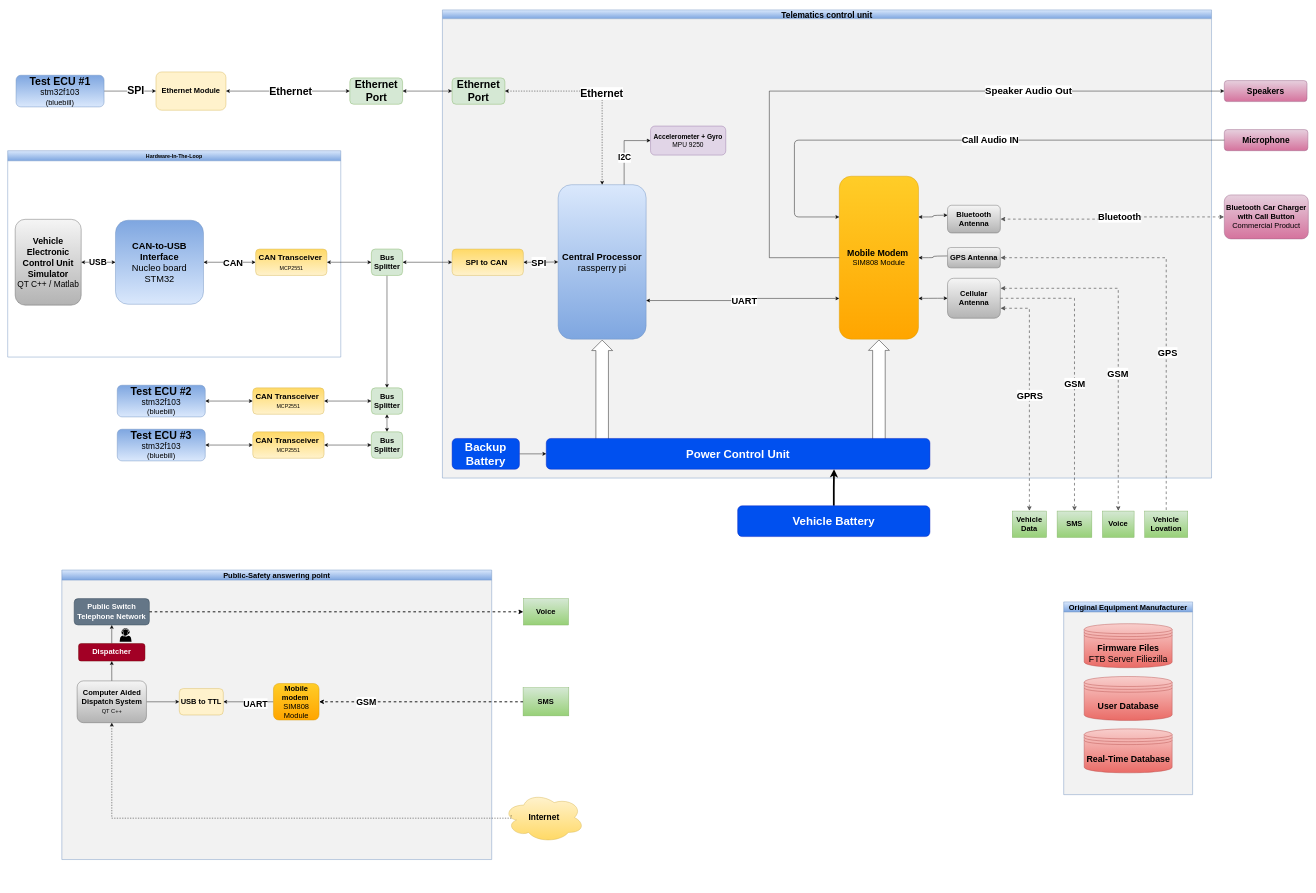
Above: Documentations/BlockDigrams/valeo.drawio in Ahmeddsherrif/GP_TCU (draw.io), before the change. Source tidied: cells renumbered, new cells numbered last; positions are measured from the earlier drawing's top-left corner, leaving out a move shared by most shapes. Both pictures are drawn from the tidied source at 44%, with x=0, y=0 at pixel (7, 10).
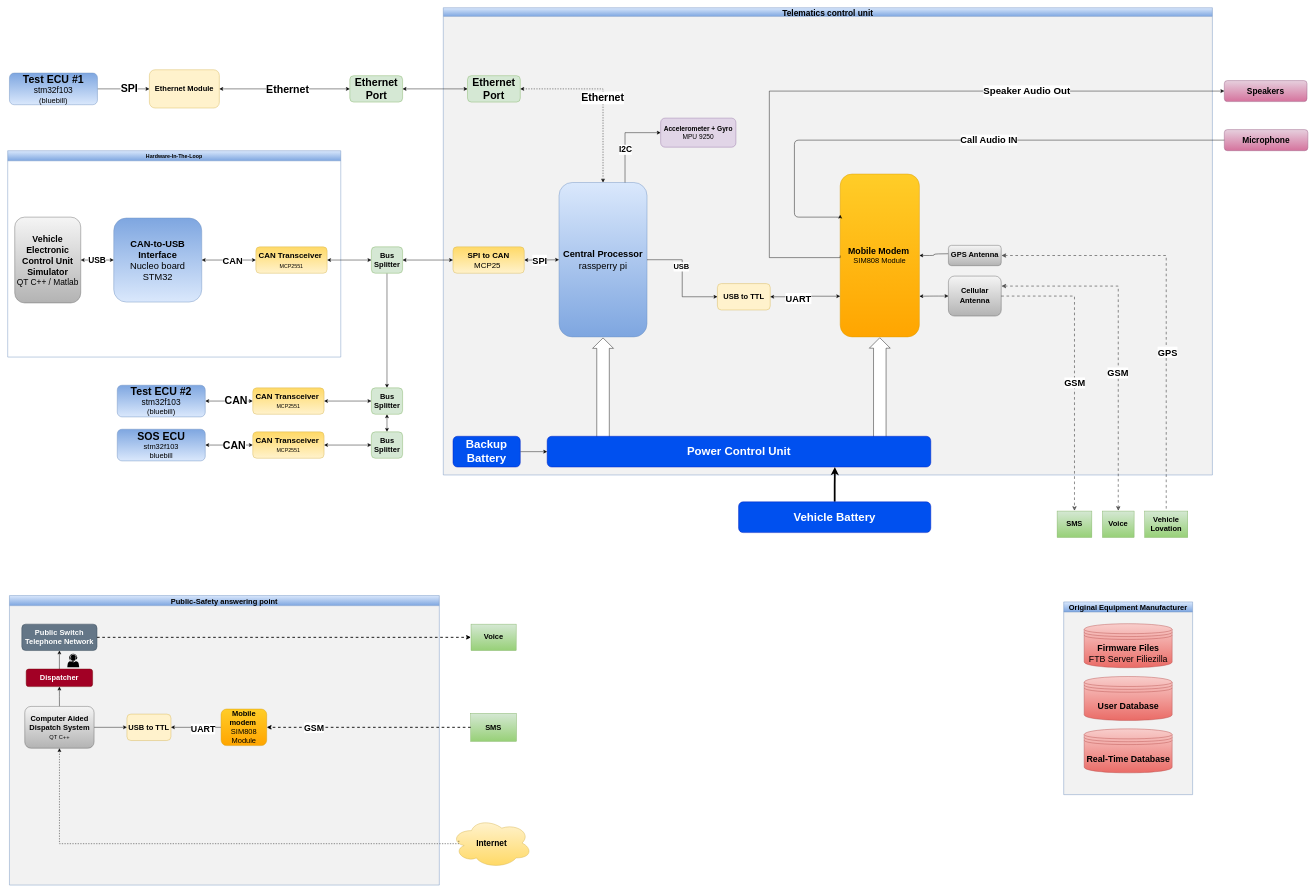
The same diagram, later.

The change refers to these unchanged cells:
```xml
<mxCell id="2" value="Original Equipment Manufacturer" style="swimlane;startSize=23;gradientColor=#7ea6e0;fillColor=#dae8fc;strokeColor=#6c8ebf;swimlaneFillColor=#f2f2f2;fontStyle=1;fontSize=17;" parent="1" vertex="1">
  <mxGeometry x="2400" y="1345.5" width="293" height="438" as="geometry" />
</mxCell>
<mxCell id="11" value="&lt;font style=&quot;font-size: 21px&quot;&gt;Central Processor&lt;span style=&quot;font-weight: normal&quot;&gt;&lt;br&gt;rassperry pi&lt;br&gt;&lt;/span&gt;&lt;/font&gt;" style="rounded=1;whiteSpace=wrap;html=1;fillColor=#dae8fc;strokeColor=#6c8ebf;fontStyle=1;fontSize=17;gradientColor=#7ea6e0;" parent="6" vertex="1">
  <mxGeometry x="263" y="397.3" width="200" height="351" as="geometry" />
</mxCell>
<mxCell id="12" value="&lt;font style=&quot;font-size: 20px&quot;&gt;Mobile Modem&lt;/font&gt;&amp;nbsp;&lt;br&gt;&lt;span style=&quot;font-weight: normal&quot;&gt;SIM808 Module&lt;/span&gt;" style="rounded=1;whiteSpace=wrap;html=1;fillColor=#ffcd28;strokeColor=#d79b00;fontSize=17;fontStyle=1;gradientColor=#ffa500;" parent="6" vertex="1">
  <mxGeometry x="902" y="378" width="180" height="370.3" as="geometry" />
</mxCell>
<mxCell id="16" value="Cellular Antenna" style="rounded=1;whiteSpace=wrap;html=1;fillColor=#f5f5f5;strokeColor=#666666;fontSize=17;fontStyle=1;gradientColor=#b3b3b3;" parent="6" vertex="1">
  <mxGeometry x="1148" y="610" width="120" height="90.8" as="geometry" />
</mxCell>
<mxCell id="34" value="Hardware-In-The-Loop" style="swimlane;fillColor=#dae8fc;startSize=23;gradientColor=#7ea6e0;strokeColor=#6c8ebf;" parent="1" vertex="1">
  <mxGeometry y="320" width="757" height="469" as="geometry" />
</mxCell>
<mxCell id="68" value="CAN Transceiver&amp;nbsp;&lt;br&gt;&lt;span style=&quot;font-weight: normal&quot;&gt;&lt;font style=&quot;font-size: 12px&quot;&gt;MCP2551&lt;/font&gt;&lt;/span&gt;" style="rounded=1;whiteSpace=wrap;html=1;fontStyle=1;fontSize=18;fillColor=#fff2cc;strokeColor=#d6b656;gradientColor=#ffd966;direction=west;" parent="1" vertex="1">
  <mxGeometry x="557" y="959" width="162" height="60" as="geometry" />
</mxCell>
<mxCell id="74" style="edgeStyle=orthogonalEdgeStyle;rounded=0;jettySize=auto;html=1;startArrow=classic;startFill=1;endArrow=classic;endFill=1;fontSize=17;" parent="1" edge="1" source="75" target="76">
  <mxGeometry relative="1" as="geometry" />
</mxCell>
<mxCell id="92" value="Computer Aided Dispatch System&lt;br&gt;&lt;span style=&quot;font-weight: normal&quot;&gt;&lt;font style=&quot;font-size: 13px&quot;&gt;QT C++&lt;/font&gt;&lt;/span&gt;" style="rounded=1;whiteSpace=wrap;html=1;fillColor=#f5f5f5;strokeColor=#666666;fontStyle=1;fontSize=17;gradientColor=#b3b3b3;" parent="81" vertex="1">
  <mxGeometry x="34.8" y="252" width="157.5" height="95" as="geometry" />
</mxCell>
```

The edit, as a diff of the source:
```diff
@@
-    <mxCell id="4" value="Real-Time Database" style="shape=datastore;whiteSpace=wrap;html=1;gradientColor=#ea6b66;fillColor=#f8cecc;strokeColor=#b85450;fontStyle=1;fontSize=20;" parent="2" vertex="1">
+    <mxCell id="4" value="Real-Time Database&lt;br&gt;" style="shape=datastore;whiteSpace=wrap;html=1;gradientColor=#ea6b66;fillColor=#f8cecc;strokeColor=#b85450;fontStyle=1;fontSize=20;" parent="2" vertex="1">
       <mxGeometry x="46.5" y="288.5" width="200" height="100" as="geometry" />
     </mxCell>
@@
     <mxCell id="6" value="Telematics control unit" style="swimlane;startSize=20;shadow=0;swimlaneFillColor=#F2F2F2;fontStyle=1;fontSize=19;gradientColor=#7ea6e0;fillColor=#dae8fc;strokeColor=#6c8ebf;" parent="1" vertex="1">
-      <mxGeometry x="988" width="1748" height="1064" as="geometry" />
+      <mxGeometry x="990" y="-5" width="1748" height="1062" as="geometry" />
     </mxCell>
@@
-    <mxCell id="13" style="edgeStyle=orthogonalEdgeStyle;rounded=1;jettySize=auto;html=1;startArrow=classic;startFill=1;entryX=1;entryY=0.25;entryDx=0;entryDy=0;" parent="6" edge="1" target="12">
-      <mxGeometry relative="1" as="geometry">
-        <mxPoint x="1148" y="466.5" as="sourcePoint" />
-      </mxGeometry>
-    </mxCell>
@@
-    <mxCell id="18" value="Bluetooth Antenna" style="rounded=1;whiteSpace=wrap;html=1;fillColor=#f5f5f5;strokeColor=#666666;fontSize=17;fontStyle=1;gradientColor=#b3b3b3;" parent="6" vertex="1">
-      <mxGeometry x="1148" y="444" width="120" height="63" as="geometry" />
-    </mxCell>
@@
     <mxCell id="21" value="Accelerometer + Gyro&lt;br&gt;&lt;span style=&quot;font-weight: normal&quot;&gt;MPU 9250&lt;/span&gt;" style="rounded=1;whiteSpace=wrap;html=1;fillColor=#e1d5e7;strokeColor=#9673a6;fontStyle=1;fontSize=15;" parent="6" vertex="1">
-      <mxGeometry x="473" y="264" width="171" height="66" as="geometry" />
+      <mxGeometry x="494" y="251" width="171" height="66" as="geometry" />
     </mxCell>
-    <mxCell id="22" style="edgeStyle=orthogonalEdgeStyle;rounded=1;jettySize=auto;html=1;startArrow=classic;startFill=1;exitX=0;exitY=0.75;exitDx=0;exitDy=0;entryX=1;entryY=0.75;entryDx=0;entryDy=0;" parent="6" edge="1" source="12" target="11">
-      <mxGeometry relative="1" as="geometry" />
-    </mxCell>
-    <mxCell id="23" value="&lt;font style=&quot;font-size: 21px&quot;&gt;UART&lt;/font&gt;" style="edgeLabel;html=1;align=center;verticalAlign=middle;fontSize=17;fontStyle=1;" parent="22" vertex="1">
-      <mxGeometry x="-0.15" relative="1" as="geometry">
-        <mxPoint x="-27.6" y="4.3" as="offset" />
-      </mxGeometry>
-    </mxCell>
-    <mxCell id="24" value="SPI to CAN&amp;nbsp;" style="rounded=1;whiteSpace=wrap;html=1;fontStyle=1;fontSize=18;fillColor=#fff2cc;strokeColor=#d6b656;gradientColor=#ffd966;direction=west;" parent="6" vertex="1">
+    <mxCell id="24" value="SPI to CAN&lt;br&gt;&lt;span style=&quot;font-weight: normal&quot;&gt;MCP25&amp;nbsp;&lt;/span&gt;" style="rounded=1;whiteSpace=wrap;html=1;fontStyle=1;fontSize=18;fillColor=#fff2cc;strokeColor=#d6b656;gradientColor=#ffd966;direction=west;" parent="6" vertex="1">
       <mxGeometry x="22" y="543.5" width="162" height="60" as="geometry" />
     </mxCell>
@@
     <mxCell id="28" value="Ethernet Port" style="rounded=1;whiteSpace=wrap;html=1;fontSize=24;fillColor=#d5e8d4;strokeColor=#82b366;fontStyle=1;" parent="6" vertex="1">
-      <mxGeometry x="22" y="154.5" width="120" height="60" as="geometry" />
+      <mxGeometry x="55" y="154.5" width="120" height="60" as="geometry" />
     </mxCell>
@@
-    <mxCell id="31" value="Bluetooth Car Charger with Call Button&lt;br&gt;&lt;span style=&quot;font-weight: normal&quot;&gt;Commercial Product&lt;/span&gt;" style="rounded=1;whiteSpace=wrap;html=1;fontStyle=1;fontSize=17;fillColor=#e6d0de;strokeColor=#996185;gradientColor=#d5739d;" parent="1" vertex="1">
-      <mxGeometry x="2765" y="420.5" width="191" height="100" as="geometry" />
-    </mxCell>
+    <mxCell id="104" value="USB to TTL" style="rounded=1;whiteSpace=wrap;html=1;fillColor=#fff2cc;strokeColor=#d6b656;fontStyle=1;fontSize=17;" parent="6" vertex="1">
+      <mxGeometry x="623" y="627" width="120" height="60" as="geometry" />
+    </mxCell>
+    <mxCell id="22" style="edgeStyle=orthogonalEdgeStyle;rounded=1;jettySize=auto;html=1;startArrow=classic;startFill=1;exitX=0;exitY=0.75;exitDx=0;exitDy=0;" parent="6" edge="1" source="12" target="104">
+      <mxGeometry relative="1" as="geometry" />
+    </mxCell>
+    <mxCell id="23" value="&lt;font style=&quot;font-size: 21px&quot;&gt;UART&lt;/font&gt;" style="edgeLabel;html=1;align=center;verticalAlign=middle;fontSize=17;fontStyle=1;" parent="22" vertex="1">
+      <mxGeometry x="-0.15" relative="1" as="geometry">
+        <mxPoint x="-27.6" y="4.3" as="offset" />
+      </mxGeometry>
+    </mxCell>
+    <mxCell id="105" style="edgeStyle=orthogonalEdgeStyle;rounded=0;jettySize=auto;html=1;" parent="6" edge="1" source="11" target="104">
+      <mxGeometry relative="1" as="geometry" />
+    </mxCell>
+    <mxCell id="106" value="USB" style="edgeLabel;html=1;align=center;verticalAlign=middle;fontSize=17;fontStyle=1;" parent="105" vertex="1">
+      <mxGeometry x="-0.36" relative="1" as="geometry">
+        <mxPoint x="-0.5" y="15.2" as="offset" />
+      </mxGeometry>
+    </mxCell>
@@
     <mxCell id="35" value="&lt;font style=&quot;font-size: 21px&quot;&gt;CAN-to-USB Interface&lt;span style=&quot;font-weight: normal&quot;&gt;&lt;br&gt;Nucleo board&lt;br&gt;STM32&lt;br&gt;&lt;/span&gt;&lt;/font&gt;" style="rounded=1;whiteSpace=wrap;html=1;fillColor=#dae8fc;strokeColor=#6c8ebf;fontStyle=1;fontSize=17;gradientColor=#7ea6e0;direction=west;" parent="34" vertex="1">
-      <mxGeometry x="245" y="158" width="200" height="191" as="geometry" />
+      <mxGeometry x="241" y="153" width="200" height="191" as="geometry" />
     </mxCell>
@@
     <mxCell id="38" value="&lt;font&gt;&lt;b&gt;&lt;font style=&quot;font-size: 20px&quot;&gt;Vehicle Electronic Control Unit Simulator&lt;/font&gt;&lt;/b&gt;&lt;br&gt;&lt;font style=&quot;font-size: 19px&quot;&gt;QT C++ / Matlab&lt;/font&gt;&lt;br&gt;&lt;/font&gt;" style="rounded=1;whiteSpace=wrap;html=1;fontSize=19;fillColor=#f5f5f5;strokeColor=#666666;gradientColor=#b3b3b3;" parent="34" vertex="1">
-      <mxGeometry x="17" y="156" width="150" height="195" as="geometry" />
+      <mxGeometry x="16" y="151" width="150" height="195" as="geometry" />
     </mxCell>
@@
     <mxCell id="41" value="CAN Transceiver&amp;nbsp;&lt;br&gt;&lt;span style=&quot;font-weight: normal&quot;&gt;&lt;font style=&quot;font-size: 12px&quot;&gt;MCP2551&lt;/font&gt;&lt;/span&gt;" style="rounded=1;whiteSpace=wrap;html=1;fontStyle=1;fontSize=18;fillColor=#fff2cc;strokeColor=#d6b656;gradientColor=#ffd966;direction=west;" parent="34" vertex="1">
-      <mxGeometry x="563.5" y="223.5" width="162" height="60" as="geometry" />
+      <mxGeometry x="564" y="218.5" width="162" height="60" as="geometry" />
     </mxCell>
@@
-    <mxCell id="47" value="Vehicle Data" style="rounded=0;whiteSpace=wrap;html=1;fontSize=17;align=center;fontStyle=1;fillColor=#d5e8d4;strokeColor=#82b366;gradientColor=#97d077;" parent="1" vertex="1">
-      <mxGeometry x="2283" y="1139" width="78" height="60" as="geometry" />
-    </mxCell>
@@
-    <mxCell id="52" style="edgeStyle=orthogonalEdgeStyle;rounded=0;jettySize=auto;html=1;startArrow=classic;startFill=1;endArrow=classic;endFill=1;strokeWidth=2;fontSize=17;entryX=0.5;entryY=0;entryDx=0;entryDy=0;exitX=1;exitY=0.75;exitDx=0;exitDy=0;dashed=1;opacity=50;" parent="1" edge="1" source="16" target="47">
-      <mxGeometry relative="1" as="geometry" />
-    </mxCell>
-    <mxCell id="53" value="&lt;font style=&quot;font-size: 21px&quot;&gt;GPRS&lt;/font&gt;" style="edgeLabel;html=1;align=center;verticalAlign=middle;fontSize=17;fontStyle=1;" parent="52" vertex="1">
-      <mxGeometry x="0.01" relative="1" as="geometry">
-        <mxPoint y="-2.5" as="offset" />
-      </mxGeometry>
-    </mxCell>
@@
-    <mxCell id="58" style="edgeStyle=orthogonalEdgeStyle;rounded=1;jettySize=auto;html=1;entryX=1;entryY=0.5;entryDx=0;entryDy=0;startArrow=classic;startFill=1;endArrow=classic;endFill=1;strokeColor=#000000;strokeWidth=2;fontSize=17;exitX=0;exitY=0.5;exitDx=0;exitDy=0;dashed=1;opacity=50;" parent="1" edge="1" source="31" target="18">
-      <mxGeometry relative="1" as="geometry" />
-    </mxCell>
-    <mxCell id="59" value="&lt;font style=&quot;font-size: 21px&quot;&gt;Bluetooth&lt;/font&gt;" style="edgeLabel;html=1;align=center;verticalAlign=middle;fontSize=17;fontStyle=1;" parent="58" vertex="1">
-      <mxGeometry x="-0.1" y="-3" relative="1" as="geometry">
-        <mxPoint x="-8" y="3" as="offset" />
-      </mxGeometry>
-    </mxCell>
@@
     <mxCell id="61" value="Vehicle Battery" style="rounded=1;whiteSpace=wrap;html=1;fontStyle=1;fontSize=26;fillColor=#0050ef;strokeColor=#001DBC;fontColor=#ffffff;" parent="1" vertex="1">
-      <mxGeometry x="1659" y="1127" width="437" height="70" as="geometry" />
+      <mxGeometry x="1661" y="1118" width="437" height="70" as="geometry" />
     </mxCell>
@@
     <mxCell id="63" value="Bus Splitter" style="rounded=1;whiteSpace=wrap;html=1;fontSize=17;fillColor=#d5e8d4;strokeColor=#82b366;fontStyle=1;" parent="1" vertex="1">
-      <mxGeometry x="826.5" y="543.5" width="71" height="60" as="geometry" />
+      <mxGeometry x="826.5" y="538.5" width="71" height="60" as="geometry" />
     </mxCell>
@@
     <mxCell id="66" style="edgeStyle=orthogonalEdgeStyle;rounded=0;jettySize=auto;html=1;entryX=0;entryY=0.5;entryDx=0;entryDy=0;startArrow=classic;startFill=1;endArrow=classic;endFill=1;fontSize=17;" parent="1" edge="1" source="68" target="69">
-      <mxGeometry relative="1" as="geometry" />
+      <mxGeometry relative="1" as="geometry">
+        <Array as="points">
+          <mxPoint x="514" y="989" />
+          <mxPoint x="514" y="989" />
+        </Array>
+      </mxGeometry>
     </mxCell>
+    <mxCell id="107" value="CAN" style="edgeLabel;html=1;align=center;verticalAlign=middle;fontSize=24;fontStyle=1;" parent="66" vertex="1">
+      <mxGeometry x="-0.2" y="1" relative="1" as="geometry" />
+    </mxCell>
@@
-    <mxCell id="69" value="&lt;font&gt;&lt;span style=&quot;font-size: 24px&quot;&gt;Test ECU #3&lt;/span&gt;&lt;br&gt;&lt;span style=&quot;font-size: 19px ; font-weight: normal&quot;&gt;stm32f103&lt;br&gt;&lt;/span&gt;&lt;span style=&quot;font-weight: normal&quot;&gt;(bluebill)&lt;/span&gt;&lt;br&gt;&lt;/font&gt;" style="rounded=1;whiteSpace=wrap;html=1;fillColor=#dae8fc;strokeColor=#6c8ebf;fontStyle=1;fontSize=17;gradientColor=#7ea6e0;direction=west;" parent="1" vertex="1">
+    <mxCell id="69" value="&lt;font&gt;&lt;span style=&quot;font-size: 24px&quot;&gt;SOS ECU&lt;br&gt;&lt;/span&gt;&lt;span style=&quot;font-weight: normal&quot;&gt;stm32f103&lt;br&gt;bluebill&lt;/span&gt;&lt;br&gt;&lt;/font&gt;" style="rounded=1;whiteSpace=wrap;html=1;fillColor=#dae8fc;strokeColor=#6c8ebf;fontStyle=1;fontSize=17;gradientColor=#7ea6e0;direction=west;" parent="1" vertex="1">
       <mxGeometry x="249" y="953" width="200" height="72" as="geometry" />
     </mxCell>
@@
+    <mxCell id="108" value="CAN" style="edgeLabel;html=1;align=center;verticalAlign=middle;fontSize=24;fontStyle=1;" parent="74" vertex="1">
+      <mxGeometry x="-0.27" y="-1" relative="1" as="geometry" />
+    </mxCell>
@@
     <mxCell id="77" value="Ethernet Module" style="rounded=1;whiteSpace=wrap;html=1;fillColor=#fff2cc;strokeColor=#d6b656;fontStyle=1;fontSize=17;" parent="1" vertex="1">
-      <mxGeometry x="337" y="141" width="159" height="87" as="geometry" />
+      <mxGeometry x="322" y="136" width="159" height="87" as="geometry" />
     </mxCell>
@@
     <mxCell id="80" value="&lt;font&gt;&lt;span style=&quot;font-size: 24px&quot;&gt;Test ECU #1&lt;/span&gt;&lt;br&gt;&lt;span style=&quot;font-size: 19px ; font-weight: normal&quot;&gt;stm32f103&lt;br&gt;&lt;/span&gt;&lt;span style=&quot;font-weight: normal&quot;&gt;(bluebill)&lt;/span&gt;&lt;br&gt;&lt;/font&gt;" style="rounded=1;whiteSpace=wrap;html=1;fillColor=#dae8fc;strokeColor=#6c8ebf;fontStyle=1;fontSize=17;gradientColor=#7ea6e0;direction=west;" parent="1" vertex="1">
-      <mxGeometry x="19" y="148.5" width="200" height="72" as="geometry" />
+      <mxGeometry x="4" y="143.5" width="200" height="72" as="geometry" />
     </mxCell>
     <mxCell id="81" value="Public-Safety answering point" style="swimlane;startSize=23;gradientColor=#7ea6e0;fillColor=#dae8fc;strokeColor=#6c8ebf;swimlaneFillColor=#f2f2f2;fontStyle=1;fontSize=17;" parent="1" vertex="1">
-      <mxGeometry x="123" y="1273" width="977" height="658" as="geometry" />
+      <mxGeometry x="4" y="1331" width="977" height="658" as="geometry" />
     </mxCell>
@@
     <mxCell id="93" value="Voice" style="rounded=0;whiteSpace=wrap;html=1;fontSize=17;align=center;fontStyle=1;fillColor=#d5e8d4;strokeColor=#82b366;gradientColor=#97d077;" parent="1" vertex="1">
-      <mxGeometry x="1172" y="1338" width="102.6" height="60" as="geometry" />
+      <mxGeometry x="1053" y="1396" width="102.6" height="60" as="geometry" />
     </mxCell>
@@
     <mxCell id="95" value="SMS" style="rounded=0;whiteSpace=wrap;html=1;fontSize=17;align=center;fontStyle=1;fillColor=#d5e8d4;strokeColor=#82b366;gradientColor=#97d077;" parent="1" vertex="1">
-      <mxGeometry x="1171.3" y="1540.5" width="104" height="64" as="geometry" />
+      <mxGeometry x="1052.3" y="1598.5" width="104" height="64" as="geometry" />
     </mxCell>
@@
     <mxCell id="98" value="Internet" style="ellipse;shape=cloud;whiteSpace=wrap;html=1;fontStyle=1;fontSize=19;gradientColor=#ffd966;fillColor=#fff2cc;strokeColor=#d6b656;" parent="1" vertex="1">
-      <mxGeometry x="1127" y="1779" width="184" height="113" as="geometry" />
+      <mxGeometry x="1008" y="1837" width="184" height="113" as="geometry" />
     </mxCell>
     <mxCell id="99" style="edgeStyle=orthogonalEdgeStyle;rounded=0;jettySize=auto;html=1;entryX=0.07;entryY=0.4;entryDx=0;entryDy=0;entryPerimeter=0;startArrow=classic;startFill=1;endArrow=none;endFill=0;fontSize=24;dashed=1;" parent="1" edge="1" source="92">
       <mxGeometry relative="1" as="geometry">
-        <mxPoint x="1144.2" y="1830.2" as="targetPoint" />
+        <mxPoint x="1025.2" y="1888.2" as="targetPoint" />
         <Array as="points">
-          <mxPoint x="236.5" y="1837" />
+          <mxPoint x="117.5" y="1895" />
         </Array>
       </mxGeometry>
     </mxCell>
@@
     <mxCell id="101" value="Ethernet Port" style="rounded=1;whiteSpace=wrap;html=1;fontSize=24;fillColor=#d5e8d4;strokeColor=#82b366;fontStyle=1;" parent="1" vertex="1">
-      <mxGeometry x="777.5" y="154.5" width="120" height="60" as="geometry" />
+      <mxGeometry x="777.5" y="149.5" width="120" height="60" as="geometry" />
     </mxCell>
```
